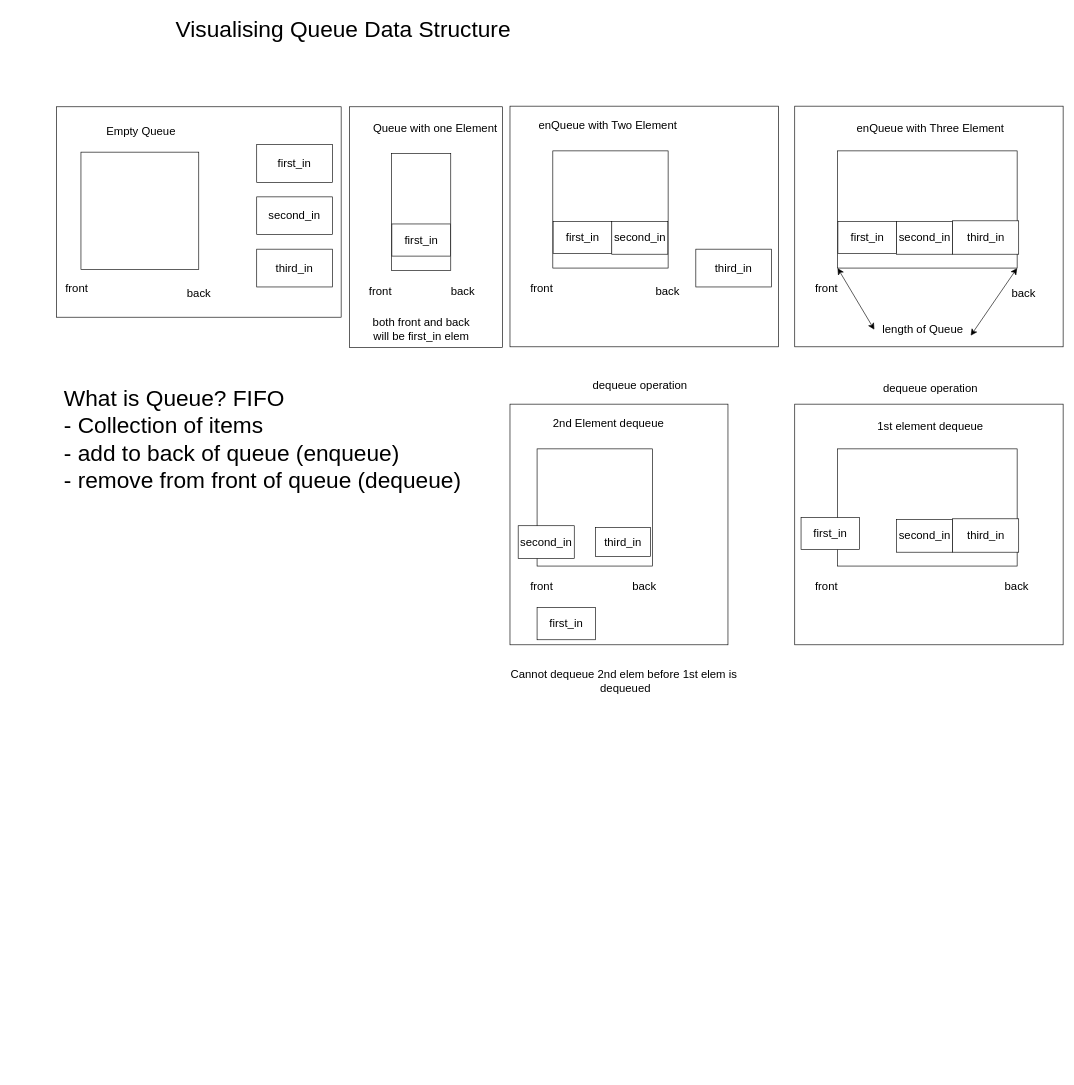
Before: visualising_code/coderbyte_visualising_queue.dio in Kamalabot/HowCompetitive, a draw.io diagram. Source tidied: cells renumbered, new cells numbered last; positions are measured from the earlier drawing's top-left corner, leaving out a move shared by most shapes. Both pictures are drawn from the tidied source at 63%, with x=0, y=0 at pixel (56, 11).
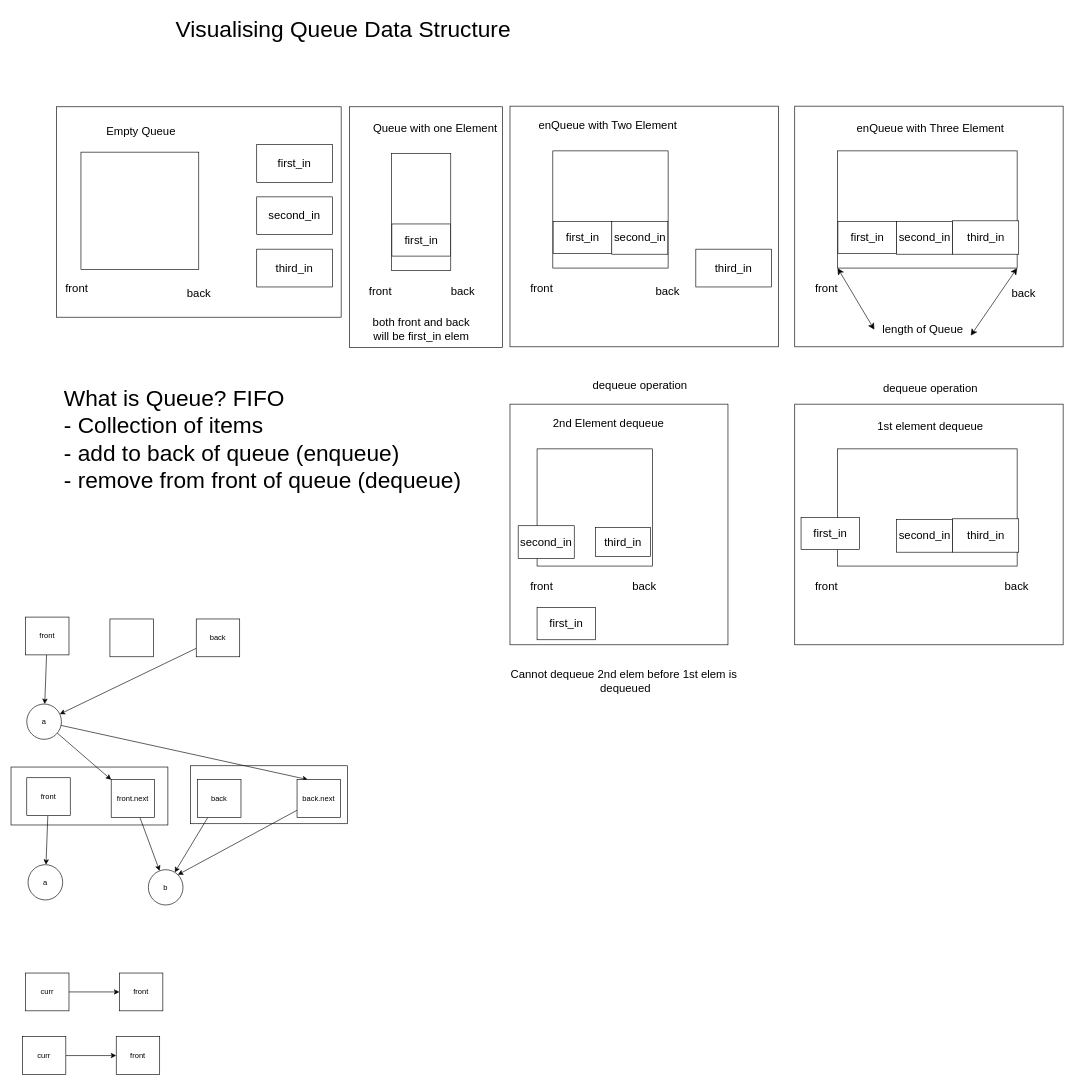
The same diagram, later.

Commit message:
updated queue visual

Diff of the diagram source:
```diff
@@
+    <mxCell id="57" style="whiteSpace=wrap;html=1;" parent="1" vertex="1">
+      <mxGeometry x="213" y="1198" width="249" height="92" as="geometry" />
+    </mxCell>
+    <mxCell id="58" style="whiteSpace=wrap;html=1;" parent="1" vertex="1">
+      <mxGeometry x="-72" y="1200" width="249" height="92" as="geometry" />
+    </mxCell>
+    <mxCell id="59" style="edgeStyle=none;html=1;" parent="1" edge="1" source="61" target="71">
+      <mxGeometry relative="1" as="geometry" />
+    </mxCell>
+    <mxCell id="60" style="edgeStyle=none;html=1;entryX=0.25;entryY=0;entryDx=0;entryDy=0;" parent="1" edge="1" source="61" target="76">
+      <mxGeometry relative="1" as="geometry" />
+    </mxCell>
+    <mxCell id="61" value="a" style="ellipse;whiteSpace=wrap;html=1;" parent="1" vertex="1">
+      <mxGeometry x="-47" y="1100" width="55" height="56" as="geometry" />
+    </mxCell>
+    <mxCell id="62" style="edgeStyle=none;html=1;" parent="1" edge="1" source="63" target="61">
+      <mxGeometry relative="1" as="geometry" />
+    </mxCell>
+    <mxCell id="63" value="front" style="whiteSpace=wrap;html=1;" parent="1" vertex="1">
+      <mxGeometry x="-49" y="962" width="69" height="60" as="geometry" />
+    </mxCell>
+    <mxCell id="64" style="whiteSpace=wrap;html=1;" parent="1" vertex="1">
+      <mxGeometry x="85" y="965" width="69" height="60" as="geometry" />
+    </mxCell>
+    <mxCell id="65" style="edgeStyle=none;html=1;" parent="1" edge="1" source="66" target="61">
+      <mxGeometry relative="1" as="geometry" />
+    </mxCell>
+    <mxCell id="66" value="back" style="whiteSpace=wrap;html=1;" parent="1" vertex="1">
+      <mxGeometry x="222" y="965" width="69" height="60" as="geometry" />
+    </mxCell>
+    <mxCell id="67" value="a" style="ellipse;whiteSpace=wrap;html=1;" parent="1" vertex="1">
+      <mxGeometry x="-45" y="1355" width="55" height="56" as="geometry" />
+    </mxCell>
+    <mxCell id="68" style="edgeStyle=none;html=1;" parent="1" edge="1" source="69" target="67">
+      <mxGeometry relative="1" as="geometry" />
+    </mxCell>
+    <mxCell id="69" value="front" style="whiteSpace=wrap;html=1;" parent="1" vertex="1">
+      <mxGeometry x="-47" y="1217" width="69" height="60" as="geometry" />
+    </mxCell>
+    <mxCell id="70" style="edgeStyle=none;html=1;" parent="1" edge="1" source="71" target="74">
+      <mxGeometry relative="1" as="geometry" />
+    </mxCell>
+    <mxCell id="71" value="front.next" style="whiteSpace=wrap;html=1;" parent="1" vertex="1">
+      <mxGeometry x="87" y="1220" width="69" height="60" as="geometry" />
+    </mxCell>
+    <mxCell id="72" style="edgeStyle=none;html=1;" parent="1" edge="1" source="73" target="74">
+      <mxGeometry relative="1" as="geometry" />
+    </mxCell>
+    <mxCell id="73" value="back" style="whiteSpace=wrap;html=1;" parent="1" vertex="1">
+      <mxGeometry x="224" y="1220" width="69" height="60" as="geometry" />
+    </mxCell>
+    <mxCell id="74" value="b" style="ellipse;whiteSpace=wrap;html=1;" parent="1" vertex="1">
+      <mxGeometry x="146" y="1363" width="55" height="56" as="geometry" />
+    </mxCell>
+    <mxCell id="75" style="edgeStyle=none;html=1;entryX=1;entryY=0;entryDx=0;entryDy=0;" parent="1" edge="1" source="76" target="74">
+      <mxGeometry relative="1" as="geometry" />
+    </mxCell>
+    <mxCell id="76" value="back.next" style="whiteSpace=wrap;html=1;" parent="1" vertex="1">
+      <mxGeometry x="382" y="1220" width="69" height="60" as="geometry" />
+    </mxCell>
+    <mxCell id="77" style="edgeStyle=none;html=1;" parent="1" edge="1" source="78" target="79">
+      <mxGeometry relative="1" as="geometry" />
+    </mxCell>
+    <mxCell id="78" value="curr" style="whiteSpace=wrap;html=1;" parent="1" vertex="1">
+      <mxGeometry x="-54" y="1628" width="69" height="60" as="geometry" />
+    </mxCell>
+    <mxCell id="79" value="front" style="whiteSpace=wrap;html=1;" parent="1" vertex="1">
+      <mxGeometry x="95" y="1628" width="69" height="60" as="geometry" />
+    </mxCell>
+    <mxCell id="80" style="edgeStyle=none;html=1;" parent="1" edge="1" source="81" target="82">
+      <mxGeometry relative="1" as="geometry" />
+    </mxCell>
+    <mxCell id="81" value="curr" style="whiteSpace=wrap;html=1;" parent="1" vertex="1">
+      <mxGeometry x="-49" y="1527" width="69" height="60" as="geometry" />
+    </mxCell>
+    <mxCell id="82" value="front" style="whiteSpace=wrap;html=1;" parent="1" vertex="1">
+      <mxGeometry x="100" y="1527" width="69" height="60" as="geometry" />
+    </mxCell>
```
